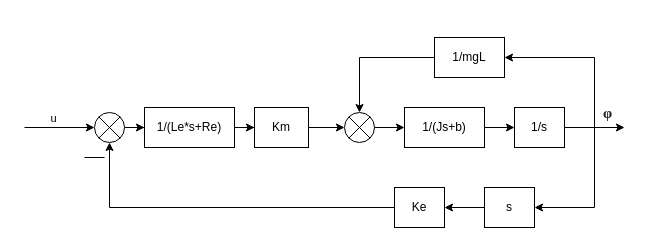
XFORVARDX/Control_system_DC_motor keeps this draw.io diagram as Диаграмма без названия.drawio. Above is the earlier version. Source tidied: cells renumbered, new cells numbered last; positions are measured from the earlier drawing's top-left corner, leaving out a move shared by most shapes. Both pictures are drawn from the tidied source at 100%, with x=0, y=0 at pixel (24, 37).
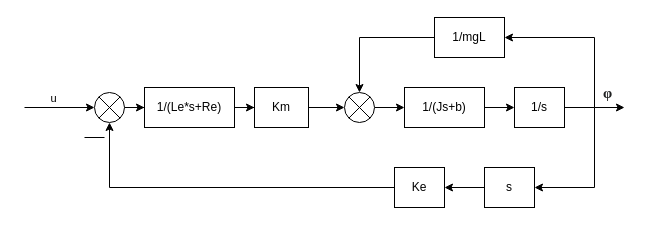
Above is the later version.

Change to the diagram source:
```diff
@@
+    <mxCell id="26" style="group;" parent="1" vertex="1">
+      <mxGeometry y="-20" width="600" height="190" as="geometry" />
+    </mxCell>
-    <mxCell id="2" style="edgeStyle=orthogonalEdgeStyle;rounded=0;jettySize=auto;html=1;" parent="1" edge="1" source="3" target="9">
+    <mxCell id="2" style="edgeStyle=orthogonalEdgeStyle;rounded=0;jettySize=auto;html=1;" parent="26" edge="1" source="3" target="9">
       <mxGeometry relative="1" as="geometry" />
     </mxCell>
-    <mxCell id="3" value="1/(Le*s+Re)" style="rounded=0;whiteSpace=wrap;html=1;" parent="1" vertex="1">
+    <mxCell id="3" value="1/(Le*s+Re)" style="rounded=0;whiteSpace=wrap;html=1;" parent="26" vertex="1">
       <mxGeometry x="120" y="70" width="90" height="40" as="geometry" />
     </mxCell>
-    <mxCell id="4" style="edgeStyle=orthogonalEdgeStyle;rounded=0;jettySize=auto;html=1;" parent="1" edge="1" source="5" target="3">
+    <mxCell id="4" style="edgeStyle=orthogonalEdgeStyle;rounded=0;jettySize=auto;html=1;" parent="26" edge="1" source="5" target="3">
       <mxGeometry relative="1" as="geometry" />
     </mxCell>
-    <mxCell id="5" style="shape=sumEllipse;perimeter=ellipsePerimeter;whiteSpace=wrap;html=1;backgroundOutline=1;" parent="1" vertex="1">
+    <mxCell id="5" style="shape=sumEllipse;perimeter=ellipsePerimeter;whiteSpace=wrap;html=1;backgroundOutline=1;" parent="26" vertex="1">
       <mxGeometry x="70" y="75" width="30" height="30" as="geometry" />
     </mxCell>
-    <mxCell id="6" style="endArrow=classic;html=1;rounded=0;entryX=0;entryY=0.5;entryDx=0;entryDy=0;" parent="1" edge="1" target="5">
+    <mxCell id="6" style="endArrow=classic;html=1;rounded=0;entryX=0;entryY=0.5;entryDx=0;entryDy=0;" parent="26" edge="1" target="5">
       <mxGeometry relative="1" as="geometry">
         <mxPoint y="90" as="sourcePoint" />
       </mxGeometry>
     </mxCell>
@@
-    <mxCell id="8" style="edgeStyle=orthogonalEdgeStyle;rounded=0;jettySize=auto;html=1;" parent="1" edge="1" source="9" target="11">
+    <mxCell id="8" style="edgeStyle=orthogonalEdgeStyle;rounded=0;jettySize=auto;html=1;" parent="26" edge="1" source="9" target="11">
       <mxGeometry relative="1" as="geometry" />
     </mxCell>
-    <mxCell id="9" value="Km" style="rounded=0;whiteSpace=wrap;html=1;" parent="1" vertex="1">
+    <mxCell id="9" value="Km" style="rounded=0;whiteSpace=wrap;html=1;" parent="26" vertex="1">
       <mxGeometry x="230" y="70" width="54" height="40" as="geometry" />
     </mxCell>
-    <mxCell id="10" style="edgeStyle=orthogonalEdgeStyle;rounded=0;jettySize=auto;html=1;" parent="1" edge="1" source="11" target="13">
+    <mxCell id="10" style="edgeStyle=orthogonalEdgeStyle;rounded=0;jettySize=auto;html=1;" parent="26" edge="1" source="11" target="13">
       <mxGeometry relative="1" as="geometry" />
     </mxCell>
-    <mxCell id="11" style="shape=sumEllipse;perimeter=ellipsePerimeter;whiteSpace=wrap;html=1;backgroundOutline=1;" parent="1" vertex="1">
+    <mxCell id="11" style="shape=sumEllipse;perimeter=ellipsePerimeter;whiteSpace=wrap;html=1;backgroundOutline=1;" parent="26" vertex="1">
       <mxGeometry x="320" y="75" width="30" height="30" as="geometry" />
     </mxCell>
-    <mxCell id="12" style="edgeStyle=orthogonalEdgeStyle;rounded=0;jettySize=auto;html=1;" parent="1" edge="1" source="13" target="14">
+    <mxCell id="12" style="edgeStyle=orthogonalEdgeStyle;rounded=0;jettySize=auto;html=1;" parent="26" edge="1" source="13" target="14">
       <mxGeometry relative="1" as="geometry" />
     </mxCell>
-    <mxCell id="13" value="1/(Js+b)" style="rounded=0;whiteSpace=wrap;html=1;" parent="1" vertex="1">
+    <mxCell id="13" value="1/(Js+b)" style="rounded=0;whiteSpace=wrap;html=1;" parent="26" vertex="1">
       <mxGeometry x="380" y="70" width="80" height="40" as="geometry" />
     </mxCell>
-    <mxCell id="14" value="1/s" style="rounded=0;whiteSpace=wrap;html=1;" parent="1" vertex="1">
+    <mxCell id="14" value="1/s" style="rounded=0;whiteSpace=wrap;html=1;" parent="26" vertex="1">
       <mxGeometry x="490" y="70" width="50" height="40" as="geometry" />
     </mxCell>
-    <mxCell id="15" style="endArrow=classic;html=1;rounded=0;exitX=1;exitY=0.5;exitDx=0;exitDy=0;" parent="1" edge="1" source="14">
+    <mxCell id="15" style="endArrow=classic;html=1;rounded=0;exitX=1;exitY=0.5;exitDx=0;exitDy=0;" parent="26" edge="1" source="14">
       <mxGeometry relative="1" as="geometry">
         <mxPoint x="600" y="90" as="targetPoint" />
         <Array as="points">
           <mxPoint x="570" y="90" />
         </Array>
       </mxGeometry>
     </mxCell>
@@
-    <mxCell id="17" style="edgeStyle=orthogonalEdgeStyle;rounded=0;jettySize=auto;html=1;entryX=0.5;entryY=0;entryDx=0;entryDy=0;" parent="1" edge="1" source="18" target="11">
+    <mxCell id="17" style="edgeStyle=orthogonalEdgeStyle;rounded=0;jettySize=auto;html=1;entryX=0.5;entryY=0;entryDx=0;entryDy=0;" parent="26" edge="1" source="18" target="11">
       <mxGeometry relative="1" as="geometry" />
     </mxCell>
-    <mxCell id="18" value="1/mgL" style="rounded=0;whiteSpace=wrap;html=1;" parent="1" vertex="1">
+    <mxCell id="18" value="1/mgL" style="rounded=0;whiteSpace=wrap;html=1;" parent="26" vertex="1">
       <mxGeometry x="410" width="70" height="40" as="geometry" />
     </mxCell>
-    <mxCell id="19" style="endArrow=classic;html=1;rounded=0;entryX=1;entryY=0.5;entryDx=0;entryDy=0;" parent="1" edge="1" target="18">
+    <mxCell id="19" style="endArrow=classic;html=1;rounded=0;entryX=1;entryY=0.5;entryDx=0;entryDy=0;" parent="26" edge="1" target="18">
       <mxGeometry relative="1" as="geometry">
         <mxPoint x="570" y="90" as="sourcePoint" />
         <Array as="points">
           <mxPoint x="570" y="20" />
         </Array>
       </mxGeometry>
     </mxCell>
-    <mxCell id="20" style="edgeStyle=orthogonalEdgeStyle;rounded=0;jettySize=auto;html=1;" parent="1" edge="1" source="21" target="24">
+    <mxCell id="20" style="edgeStyle=orthogonalEdgeStyle;rounded=0;jettySize=auto;html=1;" parent="26" edge="1" source="21" target="24">
       <mxGeometry relative="1" as="geometry" />
     </mxCell>
-    <mxCell id="21" value="s" style="rounded=0;whiteSpace=wrap;html=1;" parent="1" vertex="1">
+    <mxCell id="21" value="s" style="rounded=0;whiteSpace=wrap;html=1;" parent="26" vertex="1">
       <mxGeometry x="460" y="150" width="50" height="40" as="geometry" />
     </mxCell>
-    <mxCell id="22" style="endArrow=classic;html=1;rounded=0;entryX=1;entryY=0.5;entryDx=0;entryDy=0;" parent="1" edge="1" target="21">
+    <mxCell id="22" style="endArrow=classic;html=1;rounded=0;entryX=1;entryY=0.5;entryDx=0;entryDy=0;" parent="26" edge="1" target="21">
       <mxGeometry relative="1" as="geometry">
         <mxPoint x="570" y="90" as="sourcePoint" />
         <Array as="points">
           <mxPoint x="570" y="170" />
         </Array>
       </mxGeometry>
     </mxCell>
-    <mxCell id="23" style="edgeStyle=orthogonalEdgeStyle;rounded=0;jettySize=auto;html=1;exitX=0;exitY=0.5;exitDx=0;exitDy=0;entryX=0.5;entryY=1;entryDx=0;entryDy=0;" parent="1" edge="1" source="24" target="5">
+    <mxCell id="23" style="edgeStyle=orthogonalEdgeStyle;rounded=0;jettySize=auto;html=1;exitX=0;exitY=0.5;exitDx=0;exitDy=0;entryX=0.5;entryY=1;entryDx=0;entryDy=0;" parent="26" edge="1" source="24" target="5">
       <mxGeometry relative="1" as="geometry" />
     </mxCell>
-    <mxCell id="24" value="Ke" style="rounded=0;whiteSpace=wrap;html=1;" parent="1" vertex="1">
+    <mxCell id="24" value="Ke" style="rounded=0;whiteSpace=wrap;html=1;" parent="26" vertex="1">
       <mxGeometry x="370" y="150" width="50" height="40" as="geometry" />
     </mxCell>
-    <mxCell id="25" style="endArrow=none;html=1;rounded=0;" parent="1" edge="1">
+    <mxCell id="25" style="endArrow=none;html=1;rounded=0;" parent="26" edge="1">
       <mxGeometry relative="1" as="geometry">
         <mxPoint x="60" y="120" as="sourcePoint" />
         <mxPoint x="80" y="120" as="targetPoint" />
       </mxGeometry>
     </mxCell>
```
